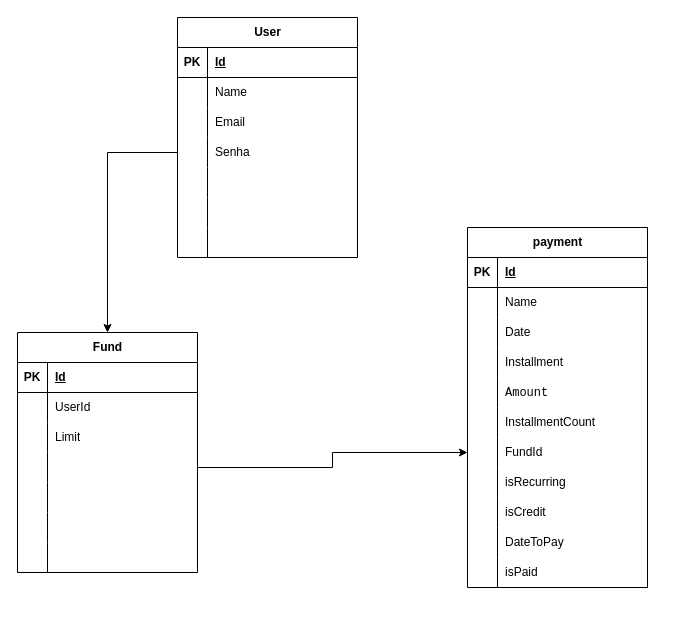
The draw.io diagram docs/diagrama financas.drawio in thavao/Fin, before the edit. Source tidied: cells renumbered, new cells numbered last; positions are measured from the earlier drawing's top-left corner, leaving out a move shared by most shapes. Both pictures are drawn from the tidied source at 100%, with x=0, y=0 at pixel (17, 17).
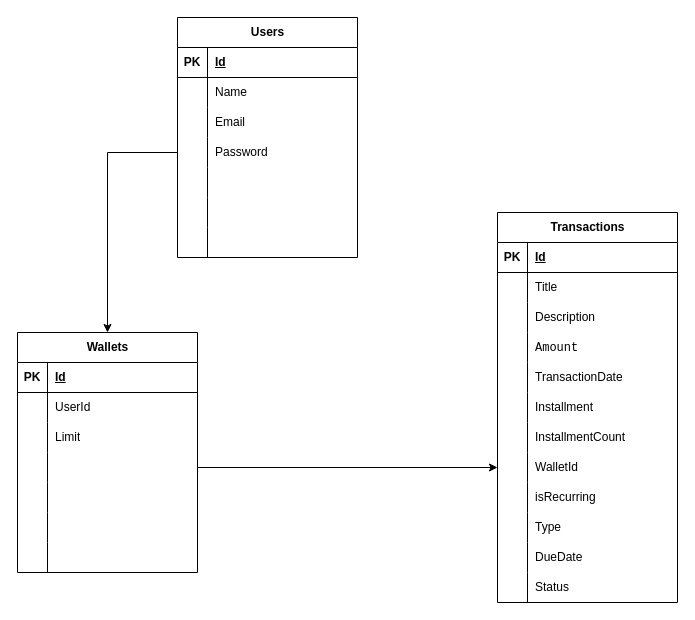
Above is the later version.

Commit message (it also covers changes not shown here):
atualiza diagrama e adiciona imagem dele

Unchanged cells that the change refers to:
```xml
<mxCell id="12" style="shape=tableRow;horizontal=0;startSize=0;swimlaneHead=0;swimlaneBody=0;fillColor=none;points=[[0,0.5],[1,0.5]];portConstraint=eastwest;top=0;left=0;right=0;bottom=0;" parent="2" vertex="1">
  <mxGeometry y="120" width="180" height="30" as="geometry" />
</mxCell>
<mxCell id="28" style="shape=tableRow;horizontal=0;startSize=0;swimlaneHead=0;swimlaneBody=0;fillColor=none;top=0;left=0;right=0;bottom=0;" parent="24" vertex="1">
  <mxGeometry y="60" width="180" height="30" as="geometry" />
</mxCell>
```

Diff of the diagram source:
```diff
@@
-    <mxCell id="2" value="User" style="shape=table;startSize=30;childLayout=tableLayout;rowLines=0;fontStyle=1;align=center;html=1;" parent="1" vertex="1">
+    <mxCell id="2" value="Users" style="shape=table;startSize=30;childLayout=tableLayout;rowLines=0;fontStyle=1;align=center;html=1;" parent="1" vertex="1">
       <mxGeometry x="160" width="180" height="240" as="geometry" />
     </mxCell>
@@
-    <mxCell id="14" value="Senha" style="shape=partialRectangle;fillColor=none;top=0;left=0;bottom=0;right=0;align=left;spacingLeft=6;overflow=hidden;whiteSpace=wrap;html=1;" parent="12" vertex="1">
+    <mxCell id="14" value="Password" style="shape=partialRectangle;fillColor=none;top=0;left=0;bottom=0;right=0;align=left;spacingLeft=6;overflow=hidden;whiteSpace=wrap;html=1;" parent="12" vertex="1">
       <mxGeometry x="30" width="150" height="30" as="geometry" />
     </mxCell>
@@
-    <mxCell id="24" value="&lt;strong&gt;payment&lt;/strong&gt;" style="shape=table;startSize=30;childLayout=tableLayout;rowLines=0;fontStyle=1;align=center;html=1;" parent="1" vertex="1">
-      <mxGeometry x="450" y="210" width="180" height="360" as="geometry" />
+    <mxCell id="24" value="&lt;strong&gt;Transactions&lt;/strong&gt;" style="shape=table;startSize=30;childLayout=tableLayout;rowLines=0;fontStyle=1;align=center;html=1;" parent="1" vertex="1">
+      <mxGeometry x="480" y="195" width="180" height="390" as="geometry" />
     </mxCell>
@@
-    <mxCell id="30" value="Name" style="shape=partialRectangle;fillColor=none;top=0;left=0;bottom=0;right=0;align=left;spacingLeft=6;overflow=hidden;whiteSpace=wrap;html=1;" parent="28" vertex="1">
+    <mxCell id="30" value="Title" style="shape=partialRectangle;fillColor=none;top=0;left=0;bottom=0;right=0;align=left;spacingLeft=6;overflow=hidden;whiteSpace=wrap;html=1;" parent="28" vertex="1">
       <mxGeometry x="30" width="150" height="30" as="geometry" />
     </mxCell>
+    <mxCell id="82" style="shape=tableRow;horizontal=0;startSize=0;swimlaneHead=0;swimlaneBody=0;fillColor=none;top=0;left=0;right=0;bottom=0;" parent="24" vertex="1">
+      <mxGeometry y="90" width="180" height="30" as="geometry" />
+    </mxCell>
+    <mxCell id="83" style="shape=partialRectangle;fillColor=none;top=0;left=0;bottom=0;right=0;overflow=hidden;whiteSpace=wrap;html=1;" parent="82" vertex="1">
+      <mxGeometry width="30" height="30" as="geometry" />
+    </mxCell>
+    <mxCell id="84" value="Description" style="shape=partialRectangle;fillColor=none;top=0;left=0;bottom=0;right=0;align=left;spacingLeft=6;overflow=hidden;whiteSpace=wrap;html=1;" parent="82" vertex="1">
+      <mxGeometry x="30" width="150" height="30" as="geometry" />
+    </mxCell>
+    <mxCell id="37" style="shape=tableRow;horizontal=0;startSize=0;swimlaneHead=0;swimlaneBody=0;fillColor=none;top=0;left=0;right=0;bottom=0;" parent="24" vertex="1">
+      <mxGeometry y="120" width="180" height="30" as="geometry" />
+    </mxCell>
+    <mxCell id="38" style="shape=partialRectangle;fillColor=none;top=0;left=0;bottom=0;right=0;overflow=hidden;whiteSpace=wrap;html=1;" parent="37" vertex="1">
+      <mxGeometry width="30" height="30" as="geometry" />
+    </mxCell>
+    <mxCell id="39" value="&lt;code&gt;Amount&lt;/code&gt;" style="shape=partialRectangle;fillColor=none;top=0;left=0;bottom=0;right=0;align=left;spacingLeft=6;overflow=hidden;whiteSpace=wrap;html=1;" parent="37" vertex="1">
+      <mxGeometry x="30" width="150" height="30" as="geometry" />
+    </mxCell>
     <mxCell id="31" style="shape=tableRow;horizontal=0;startSize=0;swimlaneHead=0;swimlaneBody=0;fillColor=none;top=0;left=0;right=0;bottom=0;" parent="24" vertex="1">
-      <mxGeometry y="90" width="180" height="30" as="geometry" />
+      <mxGeometry y="150" width="180" height="30" as="geometry" />
     </mxCell>
@@
-    <mxCell id="33" value="Date" style="shape=partialRectangle;fillColor=none;top=0;left=0;bottom=0;right=0;align=left;spacingLeft=6;overflow=hidden;whiteSpace=wrap;html=1;" parent="31" vertex="1">
+    <mxCell id="33" value="TransactionDate" style="shape=partialRectangle;fillColor=none;top=0;left=0;bottom=0;right=0;align=left;spacingLeft=6;overflow=hidden;whiteSpace=wrap;html=1;" parent="31" vertex="1">
       <mxGeometry x="30" width="150" height="30" as="geometry" />
     </mxCell>
     <mxCell id="34" style="shape=tableRow;horizontal=0;startSize=0;swimlaneHead=0;swimlaneBody=0;fillColor=none;top=0;left=0;right=0;bottom=0;" parent="24" vertex="1">
-      <mxGeometry y="120" width="180" height="30" as="geometry" />
+      <mxGeometry y="180" width="180" height="30" as="geometry" />
     </mxCell>
@@
-    <mxCell id="37" style="shape=tableRow;horizontal=0;startSize=0;swimlaneHead=0;swimlaneBody=0;fillColor=none;top=0;left=0;right=0;bottom=0;" parent="24" vertex="1">
-      <mxGeometry y="150" width="180" height="30" as="geometry" />
-    </mxCell>
-    <mxCell id="38" style="shape=partialRectangle;fillColor=none;top=0;left=0;bottom=0;right=0;overflow=hidden;whiteSpace=wrap;html=1;" parent="37" vertex="1">
-      <mxGeometry width="30" height="30" as="geometry" />
-    </mxCell>
-    <mxCell id="39" value="&lt;code&gt;Amount&lt;/code&gt;" style="shape=partialRectangle;fillColor=none;top=0;left=0;bottom=0;right=0;align=left;spacingLeft=6;overflow=hidden;whiteSpace=wrap;html=1;" parent="37" vertex="1">
-      <mxGeometry x="30" width="150" height="30" as="geometry" />
-    </mxCell>
     <mxCell id="40" style="shape=tableRow;horizontal=0;startSize=0;swimlaneHead=0;swimlaneBody=0;fillColor=none;top=0;left=0;right=0;bottom=0;" parent="24" vertex="1">
-      <mxGeometry y="180" width="180" height="30" as="geometry" />
+      <mxGeometry y="210" width="180" height="30" as="geometry" />
     </mxCell>
@@
     <mxCell id="43" style="shape=tableRow;horizontal=0;startSize=0;swimlaneHead=0;swimlaneBody=0;fillColor=none;points=[[0,0.5],[1,0.5]];portConstraint=eastwest;top=0;left=0;right=0;bottom=0;" parent="24" vertex="1">
-      <mxGeometry y="210" width="180" height="30" as="geometry" />
+      <mxGeometry y="240" width="180" height="30" as="geometry" />
     </mxCell>
@@
-    <mxCell id="45" value="F&lt;span style=&quot;background-color: transparent; color: light-dark(rgb(0, 0, 0), rgb(255, 255, 255));&quot;&gt;undId&lt;/span&gt;" style="shape=partialRectangle;fillColor=none;top=0;left=0;bottom=0;right=0;align=left;spacingLeft=6;overflow=hidden;whiteSpace=wrap;html=1;" parent="43" vertex="1">
+    <mxCell id="45" value="WalletId" style="shape=partialRectangle;fillColor=none;top=0;left=0;bottom=0;right=0;align=left;spacingLeft=6;overflow=hidden;whiteSpace=wrap;html=1;" parent="43" vertex="1">
       <mxGeometry x="30" width="150" height="30" as="geometry" />
     </mxCell>
     <mxCell id="46" style="shape=tableRow;horizontal=0;startSize=0;swimlaneHead=0;swimlaneBody=0;fillColor=none;top=0;left=0;right=0;bottom=0;" parent="24" vertex="1">
-      <mxGeometry y="240" width="180" height="30" as="geometry" />
+      <mxGeometry y="270" width="180" height="30" as="geometry" />
     </mxCell>
@@
     <mxCell id="49" style="shape=tableRow;horizontal=0;startSize=0;swimlaneHead=0;swimlaneBody=0;fillColor=none;top=0;left=0;right=0;bottom=0;" parent="24" vertex="1">
-      <mxGeometry y="270" width="180" height="30" as="geometry" />
+      <mxGeometry y="300" width="180" height="30" as="geometry" />
     </mxCell>
@@
-    <mxCell id="51" value="isCredit" style="shape=partialRectangle;fillColor=none;top=0;left=0;bottom=0;right=0;align=left;spacingLeft=6;overflow=hidden;whiteSpace=wrap;html=1;" parent="49" vertex="1">
+    <mxCell id="51" value="Type" style="shape=partialRectangle;fillColor=none;top=0;left=0;bottom=0;right=0;align=left;spacingLeft=6;overflow=hidden;whiteSpace=wrap;html=1;" parent="49" vertex="1">
       <mxGeometry x="30" width="150" height="30" as="geometry" />
     </mxCell>
     <mxCell id="52" style="shape=tableRow;horizontal=0;startSize=0;swimlaneHead=0;swimlaneBody=0;fillColor=none;top=0;left=0;right=0;bottom=0;" parent="24" vertex="1">
-      <mxGeometry y="300" width="180" height="30" as="geometry" />
+      <mxGeometry y="330" width="180" height="30" as="geometry" />
     </mxCell>
@@
-    <mxCell id="54" value="DateToPay" style="shape=partialRectangle;fillColor=none;top=0;left=0;bottom=0;right=0;align=left;spacingLeft=6;overflow=hidden;whiteSpace=wrap;html=1;" parent="52" vertex="1">
+    <mxCell id="54" value="DueDate" style="shape=partialRectangle;fillColor=none;top=0;left=0;bottom=0;right=0;align=left;spacingLeft=6;overflow=hidden;whiteSpace=wrap;html=1;" parent="52" vertex="1">
       <mxGeometry x="30" width="150" height="30" as="geometry" />
     </mxCell>
     <mxCell id="55" style="shape=tableRow;horizontal=0;startSize=0;swimlaneHead=0;swimlaneBody=0;fillColor=none;top=0;left=0;right=0;bottom=0;" parent="24" vertex="1">
-      <mxGeometry y="330" width="180" height="30" as="geometry" />
+      <mxGeometry y="360" width="180" height="30" as="geometry" />
     </mxCell>
@@
-    <mxCell id="57" value="isPaid" style="shape=partialRectangle;fillColor=none;top=0;left=0;bottom=0;right=0;align=left;spacingLeft=6;overflow=hidden;whiteSpace=wrap;html=1;" parent="55" vertex="1">
+    <mxCell id="57" value="Status" style="shape=partialRectangle;fillColor=none;top=0;left=0;bottom=0;right=0;align=left;spacingLeft=6;overflow=hidden;whiteSpace=wrap;html=1;" parent="55" vertex="1">
       <mxGeometry x="30" width="150" height="30" as="geometry" />
     </mxCell>
-    <mxCell id="58" value="Fund" style="shape=table;startSize=30;childLayout=tableLayout;rowLines=0;fontStyle=1;align=center;html=1;" parent="1" vertex="1">
+    <mxCell id="58" value="Wallets" style="shape=table;startSize=30;childLayout=tableLayout;rowLines=0;fontStyle=1;align=center;html=1;" parent="1" vertex="1">
       <mxGeometry y="315" width="180" height="240" as="geometry" />
     </mxCell>
```
